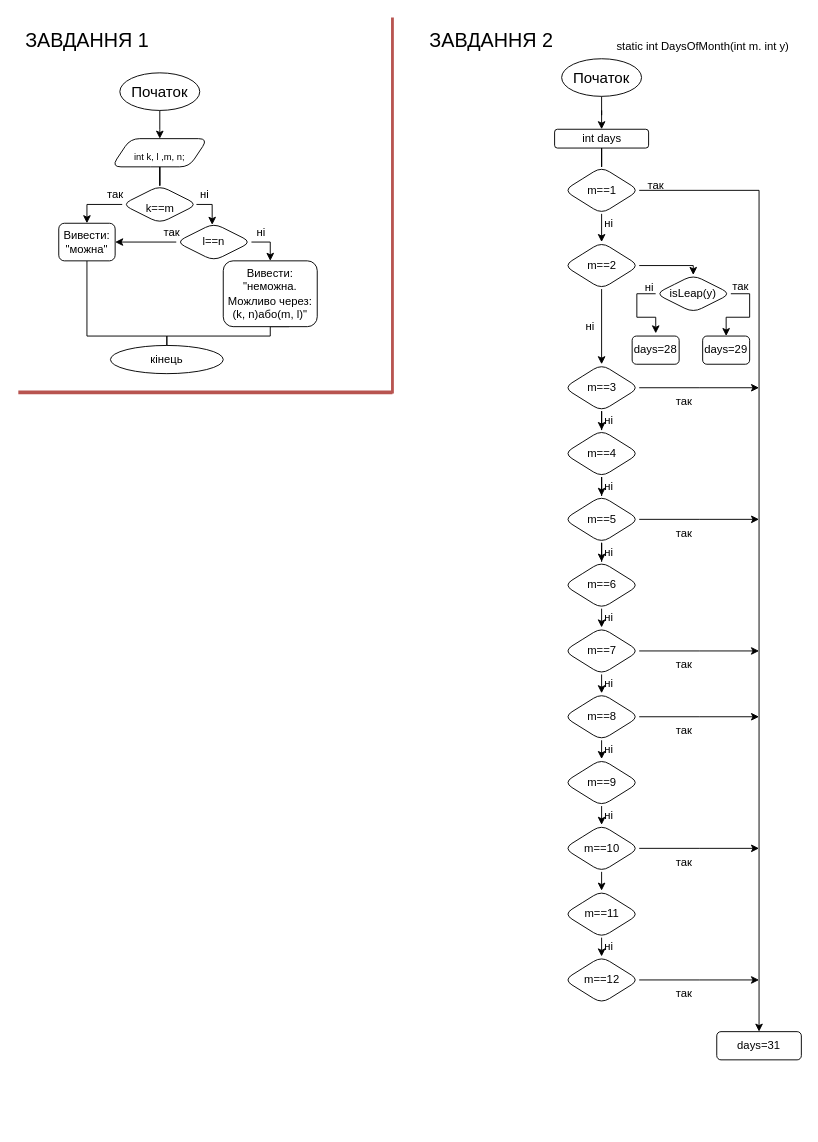
Earlier version of the draw.io diagram Untitled Diagram.drawio (IKatiaI/ads-nahorna-kp13). Source tidied: cells renumbered, new cells numbered last; positions are measured from the earlier drawing's top-left corner, leaving out a move shared by most shapes. Both pictures are drawn from the tidied source at 94%, with x=0, y=0 at pixel (16, 17).
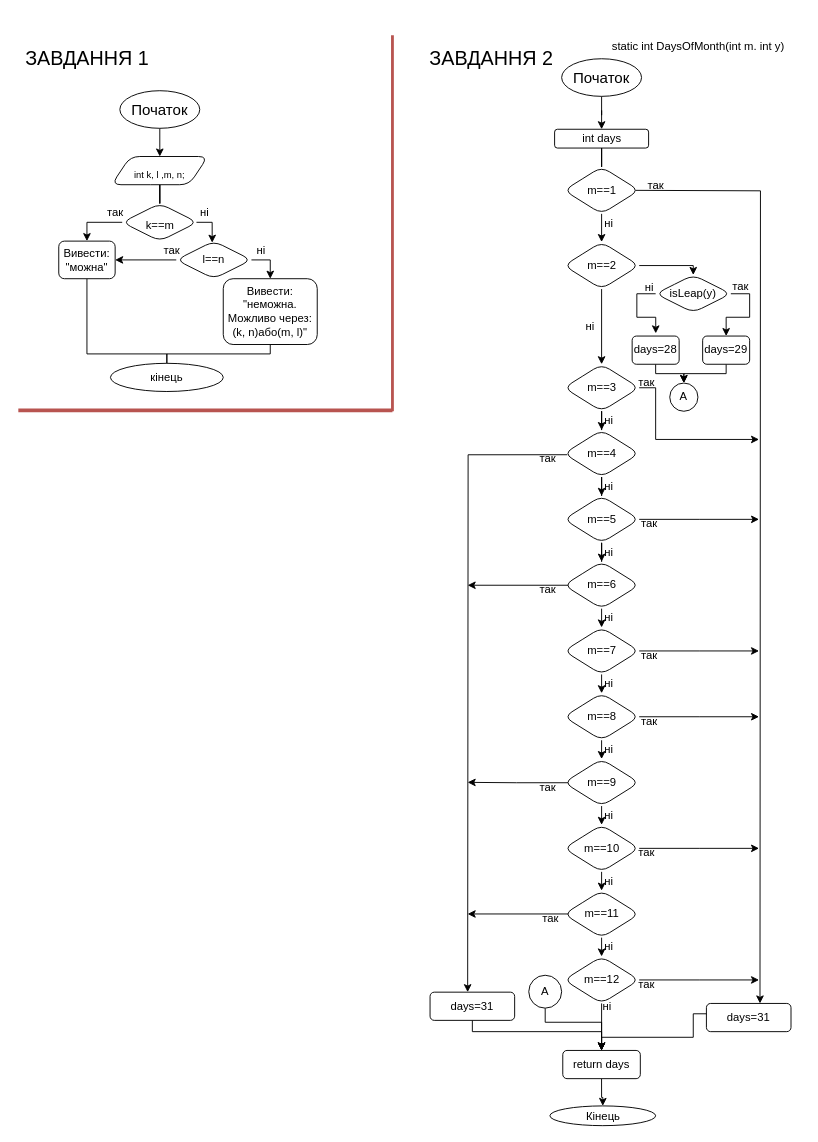
The same diagram, later.

Unchanged cells that the change refers to:
```xml
<mxCell id="32" value="m==1" style="rhombus;whiteSpace=wrap;html=1;rounded=1;fontSize=12;" parent="1" vertex="1">
  <mxGeometry x="582.5" y="159" width="80" height="50" as="geometry" />
</mxCell>
<mxCell id="42" value="days=29" style="rounded=1;whiteSpace=wrap;html=1;fontSize=12;" parent="1" vertex="1">
  <mxGeometry x="730" y="339" width="50" height="30" as="geometry" />
</mxCell>
<mxCell id="44" value="days=28" style="rounded=1;whiteSpace=wrap;html=1;fontSize=12;" parent="1" vertex="1">
  <mxGeometry x="655" y="339" width="50" height="30" as="geometry" />
</mxCell>
<mxCell id="48" value="m==3" style="rhombus;whiteSpace=wrap;html=1;rounded=1;fontSize=12;" parent="1" vertex="1">
  <mxGeometry x="582.5" y="369" width="80" height="50" as="geometry" />
</mxCell>
<mxCell id="50" value="m==4" style="rhombus;whiteSpace=wrap;html=1;rounded=1;fontSize=12;" parent="1" vertex="1">
  <mxGeometry x="582.5" y="439" width="80" height="50" as="geometry" />
</mxCell>
<mxCell id="55" value="m==6" style="rhombus;whiteSpace=wrap;html=1;rounded=1;fontSize=12;" parent="1" vertex="1">
  <mxGeometry x="582.5" y="579" width="80" height="50" as="geometry" />
</mxCell>
<mxCell id="74" value="m==9" style="rhombus;whiteSpace=wrap;html=1;rounded=1;fontSize=12;" parent="1" vertex="1">
  <mxGeometry x="582.5" y="789" width="80" height="50" as="geometry" />
</mxCell>
<mxCell id="81" value="m==11" style="rhombus;whiteSpace=wrap;html=1;rounded=1;fontSize=12;" parent="1" vertex="1">
  <mxGeometry x="582.5" y="929" width="80" height="50" as="geometry" />
</mxCell>
<mxCell id="83" value="m==12" style="rhombus;whiteSpace=wrap;html=1;rounded=1;fontSize=12;" parent="1" vertex="1">
  <mxGeometry x="582.5" y="999" width="80" height="50" as="geometry" />
</mxCell>
```

The edit, as a diff of the source:
```diff
@@
     <mxCell id="3" value="Початок" style="ellipse;whiteSpace=wrap;html=1;fontSize=16;strokeWidth=1;" parent="1" vertex="1">
-      <mxGeometry x="110" y="59" width="85" height="40" as="geometry" />
+      <mxGeometry x="110" y="78" width="85" height="40" as="geometry" />
     </mxCell>
     <mxCell id="4" value="ЗАВДАННЯ 1" style="text;html=1;align=center;verticalAlign=middle;strokeColor=none;fillColor=none;fontSize=21;" parent="1" vertex="1">
-      <mxGeometry y="9" width="150" height="30" as="geometry" />
+      <mxGeometry y="28" width="150" height="30" as="geometry" />
     </mxCell>
@@
     <mxCell id="6" value="&lt;font size=&quot;1&quot;&gt;int k, l ,m, n;&lt;/font&gt;" style="shape=parallelogram;perimeter=parallelogramPerimeter;whiteSpace=wrap;html=1;fixedSize=1;fontSize=21;rounded=1;" parent="1" vertex="1">
-      <mxGeometry x="101.2" y="129" width="102.5" height="30" as="geometry" />
+      <mxGeometry x="101.2" y="148" width="102.5" height="30" as="geometry" />
     </mxCell>
@@
     <mxCell id="8" style="edgeStyle=orthogonalEdgeStyle;rounded=0;jettySize=auto;html=1;exitX=1;exitY=0.5;exitDx=0;exitDy=0;fontSize=12;endArrow=classic;endFill=1;entryX=0.478;entryY=0.042;entryDx=0;entryDy=0;entryPerimeter=0;" parent="1" edge="1" target="14">
       <mxGeometry relative="1" as="geometry">
-        <mxPoint x="191.5" y="199" as="sourcePoint" />
+        <mxPoint x="191.5" y="218" as="sourcePoint" />
         <Array as="points">
-          <mxPoint x="208" y="199" />
+          <mxPoint x="208" y="218" />
         </Array>
       </mxGeometry>
     </mxCell>
     <mxCell id="9" value="&lt;font style=&quot;font-size: 12px&quot;&gt;k==m&lt;/font&gt;" style="rhombus;whiteSpace=wrap;html=1;rounded=1;fontSize=20;" parent="1" vertex="1">
-      <mxGeometry x="112.5" y="179" width="80" height="40" as="geometry" />
+      <mxGeometry x="112.5" y="198" width="80" height="40" as="geometry" />
     </mxCell>
     <mxCell id="10" value="так" style="text;html=1;align=center;verticalAlign=middle;strokeColor=none;fillColor=none;fontSize=12;" parent="1" vertex="1">
-      <mxGeometry x="90" y="179" width="30" height="20" as="geometry" />
+      <mxGeometry x="90" y="198" width="30" height="20" as="geometry" />
     </mxCell>
     <mxCell id="11" value="ні" style="text;html=1;align=center;verticalAlign=middle;strokeColor=none;fillColor=none;fontSize=12;" parent="1" vertex="1">
-      <mxGeometry x="185" y="179" width="30" height="20" as="geometry" />
+      <mxGeometry x="185" y="198" width="30" height="20" as="geometry" />
     </mxCell>
@@
     <mxCell id="13" style="edgeStyle=orthogonalEdgeStyle;rounded=0;jettySize=auto;html=1;exitX=0;exitY=0.5;exitDx=0;exitDy=0;fontSize=12;endArrow=classic;endFill=1;entryX=1;entryY=0.5;entryDx=0;entryDy=0;" parent="1" edge="1" source="14" target="20">
       <mxGeometry relative="1" as="geometry">
         <Array as="points">
-          <mxPoint x="112" y="239" />
+          <mxPoint x="112" y="258" />
         </Array>
       </mxGeometry>
     </mxCell>
     <mxCell id="14" value="l==n" style="rhombus;whiteSpace=wrap;html=1;rounded=1;fontSize=12;" parent="1" vertex="1">
-      <mxGeometry x="170" y="219" width="80" height="40" as="geometry" />
+      <mxGeometry x="170" y="238" width="80" height="40" as="geometry" />
     </mxCell>
     <mxCell id="15" value="ні" style="text;html=1;align=center;verticalAlign=middle;strokeColor=none;fillColor=none;fontSize=12;" parent="1" vertex="1">
-      <mxGeometry x="245" y="219" width="30" height="20" as="geometry" />
+      <mxGeometry x="245" y="238" width="30" height="20" as="geometry" />
     </mxCell>
     <mxCell id="16" style="edgeStyle=orthogonalEdgeStyle;rounded=0;jettySize=auto;html=1;exitX=0.5;exitY=1;exitDx=0;exitDy=0;fontSize=12;endArrow=none;endFill=0;" parent="1" edge="1" source="18">
       <mxGeometry relative="1" as="geometry">
-        <mxPoint x="290" y="309" as="targetPoint" />
+        <mxPoint x="290" y="328" as="targetPoint" />
       </mxGeometry>
     </mxCell>
     <mxCell id="17" style="edgeStyle=orthogonalEdgeStyle;rounded=0;jettySize=auto;html=1;exitX=0.5;exitY=1;exitDx=0;exitDy=0;fontSize=12;endArrow=none;endFill=0;" parent="1" edge="1" source="18" target="22">
       <mxGeometry relative="1" as="geometry">
         <Array as="points">
-          <mxPoint x="270" y="339" />
-          <mxPoint x="160" y="339" />
+          <mxPoint x="270" y="358" />
+          <mxPoint x="160" y="358" />
         </Array>
       </mxGeometry>
     </mxCell>
     <mxCell id="18" value="Вивести: &quot;неможна.&lt;br&gt;Можливо через:&lt;br&gt;(k, n)або(m, l)&quot;&lt;br&gt;" style="rounded=1;whiteSpace=wrap;html=1;fontSize=12;" parent="1" vertex="1">
-      <mxGeometry x="220" y="259" width="100" height="70" as="geometry" />
+      <mxGeometry x="220" y="278" width="100" height="70" as="geometry" />
     </mxCell>
     <mxCell id="19" style="edgeStyle=orthogonalEdgeStyle;rounded=0;jettySize=auto;html=1;exitX=0.5;exitY=1;exitDx=0;exitDy=0;fontSize=12;endArrow=none;endFill=0;" parent="1" edge="1" source="20">
       <mxGeometry relative="1" as="geometry">
-        <mxPoint x="160" y="359" as="targetPoint" />
+        <mxPoint x="160" y="378" as="targetPoint" />
         <Array as="points">
-          <mxPoint x="75" y="339" />
-          <mxPoint x="160" y="339" />
+          <mxPoint x="75" y="358" />
+          <mxPoint x="160" y="358" />
         </Array>
       </mxGeometry>
     </mxCell>
     <mxCell id="20" value="Вивести: &quot;можна&quot;" style="rounded=1;whiteSpace=wrap;html=1;fontSize=12;" parent="1" vertex="1">
-      <mxGeometry x="45" y="219" width="60" height="40" as="geometry" />
+      <mxGeometry x="45" y="238" width="60" height="40" as="geometry" />
     </mxCell>
     <mxCell id="21" value="так" style="text;html=1;align=center;verticalAlign=middle;strokeColor=none;fillColor=none;fontSize=12;" parent="1" vertex="1">
-      <mxGeometry x="150" y="219" width="30" height="20" as="geometry" />
+      <mxGeometry x="150" y="238" width="30" height="20" as="geometry" />
     </mxCell>
     <mxCell id="22" value="кінець" style="ellipse;whiteSpace=wrap;html=1;rounded=1;fontSize=12;" parent="1" vertex="1">
-      <mxGeometry x="100" y="349" width="120" height="30" as="geometry" />
+      <mxGeometry x="100" y="368" width="120" height="30" as="geometry" />
     </mxCell>
     <mxCell id="23" style="endArrow=none;html=1;rounded=0;fontSize=12;fillColor=#f8cecc;strokeColor=#b85450;strokeWidth=3;" parent="1" edge="1">
       <mxGeometry relative="1" as="geometry">
-        <mxPoint x="400" y="400" as="sourcePoint" />
-        <mxPoint x="400" as="targetPoint" />
+        <mxPoint x="400" y="419" as="sourcePoint" />
+        <mxPoint x="400" y="19" as="targetPoint" />
       </mxGeometry>
     </mxCell>
     <mxCell id="24" style="endArrow=none;html=1;rounded=0;fontSize=12;fillColor=#f8cecc;strokeColor=#b85450;strokeWidth=4;" parent="1" edge="1">
       <mxGeometry relative="1" as="geometry">
-        <mxPoint x="2" y="399" as="sourcePoint" />
-        <mxPoint x="400" y="399" as="targetPoint" />
+        <mxPoint x="2" y="418" as="sourcePoint" />
+        <mxPoint x="400" y="418" as="targetPoint" />
       </mxGeometry>
     </mxCell>
     <mxCell id="25" value="ЗАВДАННЯ 2" style="text;html=1;align=center;verticalAlign=middle;strokeColor=none;fillColor=none;fontSize=21;" parent="1" vertex="1">
-      <mxGeometry x="430" y="9" width="150" height="30" as="geometry" />
+      <mxGeometry x="430" y="28" width="150" height="30" as="geometry" />
     </mxCell>
@@
-    <mxCell id="30" style="edgeStyle=orthogonalEdgeStyle;rounded=0;jettySize=auto;html=1;exitX=1;exitY=0.5;exitDx=0;exitDy=0;fontSize=12;endArrow=classic;endFill=1;strokeWidth=1;" parent="1" edge="1" source="32" target="86">
-      <mxGeometry relative="1" as="geometry" />
+    <mxCell id="30" style="edgeStyle=orthogonalEdgeStyle;rounded=0;orthogonalLoop=1;jettySize=auto;html=1;exitX=1;exitY=0.5;exitDx=0;exitDy=0;fontSize=12;endArrow=classic;endFill=1;strokeWidth=1;" parent="1" edge="1">
+      <mxGeometry relative="1" as="geometry">
+        <mxPoint x="658.5" y="184" as="sourcePoint" />
+        <mxPoint x="791" y="1049" as="targetPoint" />
+      </mxGeometry>
     </mxCell>
@@
     <mxCell id="38" value="static int DaysOfMonth(int m. int y)" style="text;html=1;align=center;verticalAlign=middle;strokeColor=none;fillColor=none;fontSize=12;" parent="1" vertex="1">
-      <mxGeometry x="630" y="21" width="200" height="20" as="geometry" />
+      <mxGeometry x="625" y="21" width="200" height="20" as="geometry" />
     </mxCell>
@@
+    <mxCell id="87" style="edgeStyle=orthogonalEdgeStyle;rounded=0;jettySize=auto;html=1;exitX=0.5;exitY=1;exitDx=0;exitDy=0;fontSize=12;endArrow=classic;endFill=1;strokeWidth=1;" parent="1" edge="1" source="42">
+      <mxGeometry relative="1" as="geometry">
+        <mxPoint x="710" y="389" as="targetPoint" />
+        <Array as="points">
+          <mxPoint x="755" y="379" />
+          <mxPoint x="710" y="379" />
+        </Array>
+      </mxGeometry>
+    </mxCell>
@@
+    <mxCell id="88" style="edgeStyle=orthogonalEdgeStyle;rounded=0;jettySize=auto;html=1;exitX=0.5;exitY=1;exitDx=0;exitDy=0;fontSize=12;endArrow=classic;endFill=1;strokeWidth=1;" parent="1" edge="1" source="44" target="101">
+      <mxGeometry relative="1" as="geometry">
+        <Array as="points">
+          <mxPoint x="680" y="379" />
+          <mxPoint x="710" y="379" />
+        </Array>
+      </mxGeometry>
+    </mxCell>
@@
-    <mxCell id="46" style="edgeStyle=orthogonalEdgeStyle;rounded=0;jettySize=auto;html=1;exitX=1;exitY=0.5;exitDx=0;exitDy=0;fontSize=12;endArrow=classic;endFill=1;strokeWidth=1;" parent="1" edge="1" source="48">
+    <mxCell id="46" style="edgeStyle=orthogonalEdgeStyle;rounded=0;jettySize=auto;html=1;fontSize=12;endArrow=classic;endFill=1;strokeWidth=1;exitX=1;exitY=0.5;exitDx=0;exitDy=0;" parent="1" edge="1" source="48">
       <mxGeometry relative="1" as="geometry">
-        <mxPoint x="790" y="394" as="targetPoint" />
+        <mxPoint x="790" y="449" as="targetPoint" />
+        <Array as="points">
+          <mxPoint x="680" y="394" />
+          <mxPoint x="680" y="449" />
+        </Array>
       </mxGeometry>
     </mxCell>
@@
+    <mxCell id="89" style="edgeStyle=orthogonalEdgeStyle;rounded=0;jettySize=auto;html=1;exitX=0.044;exitY=0.525;exitDx=0;exitDy=0;fontSize=12;endArrow=classic;endFill=1;strokeWidth=1;entryX=0.5;entryY=0;entryDx=0;entryDy=0;exitPerimeter=0;" parent="1" edge="1" source="50">
+      <mxGeometry relative="1" as="geometry">
+        <mxPoint x="480" y="1037" as="targetPoint" />
+      </mxGeometry>
+    </mxCell>
@@
+    <mxCell id="90" style="edgeStyle=orthogonalEdgeStyle;rounded=0;jettySize=auto;html=1;exitX=0.063;exitY=0.544;exitDx=0;exitDy=0;fontSize=12;endArrow=classic;endFill=1;strokeWidth=1;exitPerimeter=0;" parent="1" edge="1" source="55">
+      <mxGeometry relative="1" as="geometry">
+        <mxPoint x="480" y="604.1" as="targetPoint" />
+        <Array as="points">
+          <mxPoint x="588" y="604" />
+        </Array>
+      </mxGeometry>
+    </mxCell>
@@
     <mxCell id="65" value="так" style="text;html=1;align=center;verticalAlign=middle;strokeColor=none;fillColor=none;fontSize=12;" parent="1" vertex="1">
-      <mxGeometry x="695" y="399" width="30" height="20" as="geometry" />
+      <mxGeometry x="655" y="379" width="30" height="20" as="geometry" />
     </mxCell>
     <mxCell id="66" value="так" style="text;html=1;align=center;verticalAlign=middle;strokeColor=none;fillColor=none;fontSize=12;" parent="1" vertex="1">
-      <mxGeometry x="695" y="539" width="30" height="20" as="geometry" />
+      <mxGeometry x="658" y="529" width="30" height="20" as="geometry" />
     </mxCell>
     <mxCell id="67" value="так" style="text;html=1;align=center;verticalAlign=middle;strokeColor=none;fillColor=none;fontSize=12;" parent="1" vertex="1">
-      <mxGeometry x="695" y="679" width="30" height="20" as="geometry" />
+      <mxGeometry x="658" y="669" width="30" height="20" as="geometry" />
     </mxCell>
@@
     <mxCell id="72" value="так" style="text;html=1;align=center;verticalAlign=middle;strokeColor=none;fillColor=none;fontSize=12;" parent="1" vertex="1">
-      <mxGeometry x="695" y="749" width="30" height="20" as="geometry" />
+      <mxGeometry x="658" y="739" width="30" height="20" as="geometry" />
     </mxCell>
@@
+    <mxCell id="91" style="edgeStyle=orthogonalEdgeStyle;rounded=0;jettySize=auto;html=1;exitX=0.053;exitY=0.504;exitDx=0;exitDy=0;fontSize=12;endArrow=classic;endFill=1;strokeWidth=1;exitPerimeter=0;" parent="1" edge="1" source="74">
+      <mxGeometry relative="1" as="geometry">
+        <mxPoint x="480" y="813.8" as="targetPoint" />
+      </mxGeometry>
+    </mxCell>
@@
     <mxCell id="79" value="так" style="text;html=1;align=center;verticalAlign=middle;strokeColor=none;fillColor=none;fontSize=12;" parent="1" vertex="1">
-      <mxGeometry x="695" y="889" width="30" height="20" as="geometry" />
+      <mxGeometry x="655" y="879" width="30" height="20" as="geometry" />
     </mxCell>
@@
+    <mxCell id="92" style="edgeStyle=orthogonalEdgeStyle;rounded=0;jettySize=auto;html=1;exitX=0.077;exitY=0.47;exitDx=0;exitDy=0;fontSize=12;endArrow=classic;endFill=1;strokeWidth=1;exitPerimeter=0;" parent="1" edge="1" source="81">
+      <mxGeometry relative="1" as="geometry">
+        <mxPoint x="480" y="953.8" as="targetPoint" />
+        <Array as="points">
+          <mxPoint x="589" y="954" />
+        </Array>
+      </mxGeometry>
+    </mxCell>
@@
+    <mxCell id="93" style="edgeStyle=orthogonalEdgeStyle;rounded=0;jettySize=auto;html=1;exitX=0.5;exitY=1;exitDx=0;exitDy=0;fontSize=12;endArrow=classic;endFill=1;strokeWidth=1;" parent="1" edge="1" source="83" target="106">
+      <mxGeometry relative="1" as="geometry" />
+    </mxCell>
@@
     <mxCell id="85" value="так" style="text;html=1;align=center;verticalAlign=middle;strokeColor=none;fillColor=none;fontSize=12;" parent="1" vertex="1">
-      <mxGeometry x="695" y="1029" width="30" height="20" as="geometry" />
+      <mxGeometry x="655" y="1019" width="30" height="20" as="geometry" />
     </mxCell>
+    <mxCell id="94" style="edgeStyle=orthogonalEdgeStyle;rounded=0;jettySize=auto;html=1;exitX=0.006;exitY=0.402;exitDx=0;exitDy=0;fontSize=12;endArrow=classic;endFill=1;strokeWidth=1;entryX=0.5;entryY=0;entryDx=0;entryDy=0;exitPerimeter=0;" parent="1" edge="1" source="86" target="106">
+      <mxGeometry relative="1" as="geometry">
+        <Array as="points">
+          <mxPoint x="735" y="1060" />
+          <mxPoint x="720" y="1060" />
+          <mxPoint x="720" y="1085" />
+          <mxPoint x="623" y="1085" />
+        </Array>
+      </mxGeometry>
+    </mxCell>
     <mxCell id="86" value="days=31" style="rounded=1;whiteSpace=wrap;html=1;fontSize=12;" parent="1" vertex="1">
-      <mxGeometry x="745" y="1079" width="90" height="30" as="geometry" />
+      <mxGeometry x="734" y="1049" width="90" height="30" as="geometry" />
     </mxCell>
+    <mxCell id="95" value="так" style="text;html=1;align=center;verticalAlign=middle;strokeColor=none;fillColor=none;fontSize=12;" parent="1" vertex="1">
+      <mxGeometry x="550" y="459" width="30" height="20" as="geometry" />
+    </mxCell>
+    <mxCell id="96" value="так" style="text;html=1;align=center;verticalAlign=middle;strokeColor=none;fillColor=none;fontSize=12;" parent="1" vertex="1">
+      <mxGeometry x="550" y="599" width="30" height="20" as="geometry" />
+    </mxCell>
+    <mxCell id="97" value="так" style="text;html=1;align=center;verticalAlign=middle;strokeColor=none;fillColor=none;fontSize=12;" parent="1" vertex="1">
+      <mxGeometry x="550" y="809" width="30" height="20" as="geometry" />
+    </mxCell>
+    <mxCell id="98" value="так" style="text;html=1;align=center;verticalAlign=middle;strokeColor=none;fillColor=none;fontSize=12;" parent="1" vertex="1">
+      <mxGeometry x="552.5" y="949" width="30" height="20" as="geometry" />
+    </mxCell>
+    <mxCell id="99" style="edgeStyle=orthogonalEdgeStyle;rounded=0;jettySize=auto;html=1;exitX=0.5;exitY=1;exitDx=0;exitDy=0;entryX=0.5;entryY=0;entryDx=0;entryDy=0;fontSize=12;endArrow=classic;endFill=1;strokeWidth=1;" parent="1" edge="1" source="100" target="106">
+      <mxGeometry relative="1" as="geometry">
+        <Array as="points">
+          <mxPoint x="622" y="1079" />
+        </Array>
+      </mxGeometry>
+    </mxCell>
+    <mxCell id="100" value="days=31" style="rounded=1;whiteSpace=wrap;html=1;fontSize=12;" parent="1" vertex="1">
+      <mxGeometry x="440" y="1037" width="90" height="30" as="geometry" />
+    </mxCell>
+    <mxCell id="101" value="А" style="ellipse;whiteSpace=wrap;html=1;rounded=1;fontSize=12;" parent="1" vertex="1">
+      <mxGeometry x="695" y="389" width="30" height="30" as="geometry" />
+    </mxCell>
+    <mxCell id="102" value="ні" style="text;html=1;align=center;verticalAlign=middle;strokeColor=none;fillColor=none;fontSize=12;" parent="1" vertex="1">
+      <mxGeometry x="615" y="909" width="30" height="20" as="geometry" />
+    </mxCell>
+    <mxCell id="103" style="edgeStyle=orthogonalEdgeStyle;rounded=0;jettySize=auto;html=1;exitX=0.5;exitY=1;exitDx=0;exitDy=0;entryX=0.5;entryY=0;entryDx=0;entryDy=0;fontSize=12;endArrow=classic;endFill=1;strokeWidth=1;" parent="1" edge="1" source="104" target="106">
+      <mxGeometry relative="1" as="geometry">
+        <Array as="points">
+          <mxPoint x="562" y="1069" />
+          <mxPoint x="622" y="1069" />
+        </Array>
+      </mxGeometry>
+    </mxCell>
+    <mxCell id="104" value="А" style="ellipse;whiteSpace=wrap;html=1;rounded=1;fontSize=12;" parent="1" vertex="1">
+      <mxGeometry x="545" y="1019" width="35" height="35" as="geometry" />
+    </mxCell>
+    <mxCell id="105" style="edgeStyle=orthogonalEdgeStyle;rounded=0;jettySize=auto;html=1;exitX=0.5;exitY=1;exitDx=0;exitDy=0;fontSize=12;endArrow=classic;endFill=1;strokeWidth=1;" parent="1" edge="1" source="106" target="108">
+      <mxGeometry relative="1" as="geometry" />
+    </mxCell>
+    <mxCell id="106" value="return days" style="rounded=1;whiteSpace=wrap;html=1;fontSize=12;" parent="1" vertex="1">
+      <mxGeometry x="581.2" y="1099" width="82.5" height="30" as="geometry" />
+    </mxCell>
+    <mxCell id="107" value="ні" style="text;html=1;align=center;verticalAlign=middle;strokeColor=none;fillColor=none;fontSize=12;" parent="1" vertex="1">
+      <mxGeometry x="613" y="1042" width="30" height="20" as="geometry" />
+    </mxCell>
+    <mxCell id="108" value="Кінець" style="ellipse;whiteSpace=wrap;html=1;rounded=1;fontSize=12;" parent="1" vertex="1">
+      <mxGeometry x="567.5" y="1158" width="112.5" height="21" as="geometry" />
+    </mxCell>
```
